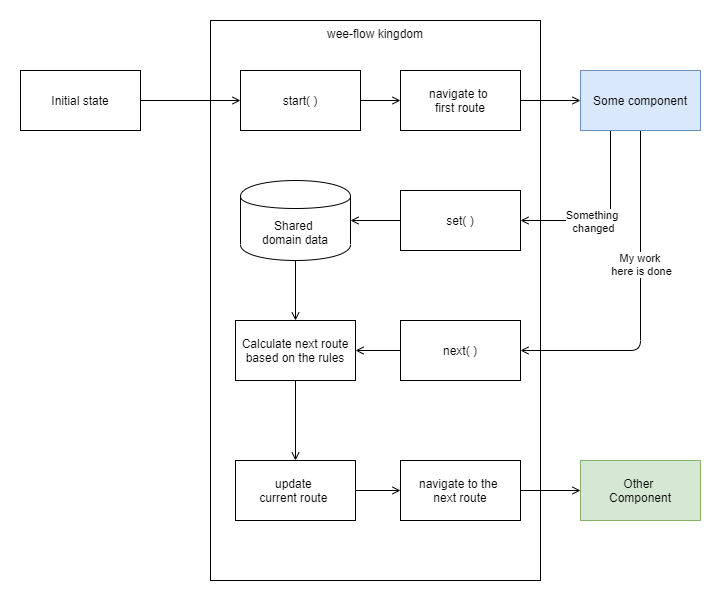
This is images/main-flow.png from hamilton-lima/wee-flow, a draw.io export, as it was before one commit. Source tidied: cells renumbered, new cells last; positions are measured from the earlier drawing's top-left corner, leaving out a move shared by most shapes. The source it was exported from:
```xml
<mxGraphModel>
  <root>
    <mxCell id="0" />
    <mxCell id="1" parent="0" />
    <mxCell id="2" value="wee-flow kingdom" style="rounded=0;whiteSpace=wrap;html=1;verticalAlign=top;" parent="1" vertex="1">
      <mxGeometry x="190" width="330" height="560" as="geometry" />
    </mxCell>
    <mxCell id="3" style="edgeStyle=orthogonalEdgeStyle;rounded=1;jettySize=auto;html=1;endArrow=open;endFill=0;" parent="1" edge="1" source="4" target="6">
      <mxGeometry relative="1" as="geometry" />
    </mxCell>
    <mxCell id="4" value="Initial state" style="rounded=0;whiteSpace=wrap;html=1;" parent="1" vertex="1">
      <mxGeometry y="50" width="120" height="60" as="geometry" />
    </mxCell>
    <mxCell id="5" style="edgeStyle=orthogonalEdgeStyle;rounded=1;jettySize=auto;html=1;endArrow=open;endFill=0;" parent="1" edge="1" source="6" target="8">
      <mxGeometry relative="1" as="geometry" />
    </mxCell>
    <mxCell id="6" value="start( )" style="rounded=0;whiteSpace=wrap;html=1;" parent="1" vertex="1">
      <mxGeometry x="220" y="50" width="120" height="60" as="geometry" />
    </mxCell>
    <mxCell id="7" style="edgeStyle=orthogonalEdgeStyle;rounded=1;jettySize=auto;html=1;endArrow=open;endFill=0;" parent="1" edge="1" source="8" target="13">
      <mxGeometry relative="1" as="geometry" />
    </mxCell>
    <mxCell id="8" value="navigate to &lt;br&gt;first route" style="rounded=0;whiteSpace=wrap;html=1;" parent="1" vertex="1">
      <mxGeometry x="380" y="50" width="120" height="60" as="geometry" />
    </mxCell>
    <mxCell id="9" style="edgeStyle=orthogonalEdgeStyle;rounded=1;jettySize=auto;html=1;endArrow=open;endFill=0;" parent="1" edge="1" source="13" target="15">
      <mxGeometry relative="1" as="geometry">
        <Array as="points">
          <mxPoint x="620" y="330" />
        </Array>
      </mxGeometry>
    </mxCell>
    <mxCell id="10" value="My work &lt;br&gt;here is done" style="edgeLabel;html=1;align=center;verticalAlign=middle;" parent="9" vertex="1">
      <mxGeometry x="-0.22" y="1" relative="1" as="geometry" />
    </mxCell>
    <mxCell id="11" style="edgeStyle=orthogonalEdgeStyle;rounded=1;jettySize=auto;html=1;exitX=0.25;exitY=1;exitDx=0;exitDy=0;entryX=1;entryY=0.5;entryDx=0;entryDy=0;endArrow=open;endFill=0;" parent="1" edge="1" source="13" target="23">
      <mxGeometry relative="1" as="geometry" />
    </mxCell>
    <mxCell id="12" value="Something &lt;br&gt;changed" style="edgeLabel;html=1;align=center;verticalAlign=middle;" parent="11" vertex="1">
      <mxGeometry y="-17" relative="1" as="geometry">
        <mxPoint x="-17" y="18" as="offset" />
      </mxGeometry>
    </mxCell>
    <mxCell id="13" value="Some component" style="rounded=0;whiteSpace=wrap;html=1;fillColor=#dae8fc;strokeColor=#6c8ebf;" parent="1" vertex="1">
      <mxGeometry x="560" y="50" width="120" height="60" as="geometry" />
    </mxCell>
    <mxCell id="14" style="edgeStyle=orthogonalEdgeStyle;rounded=1;jettySize=auto;html=1;endArrow=open;endFill=0;" parent="1" edge="1" source="15" target="17">
      <mxGeometry relative="1" as="geometry" />
    </mxCell>
    <mxCell id="15" value="next( )" style="rounded=0;whiteSpace=wrap;html=1;" parent="1" vertex="1">
      <mxGeometry x="380" y="300" width="120" height="60" as="geometry" />
    </mxCell>
    <mxCell id="16" style="edgeStyle=orthogonalEdgeStyle;rounded=1;jettySize=auto;html=1;endArrow=open;endFill=0;" parent="1" edge="1" source="17" target="19">
      <mxGeometry relative="1" as="geometry" />
    </mxCell>
    <mxCell id="17" value="Calculate next route based on the rules" style="rounded=0;whiteSpace=wrap;html=1;" parent="1" vertex="1">
      <mxGeometry x="215" y="300" width="120" height="60" as="geometry" />
    </mxCell>
    <mxCell id="18" style="edgeStyle=orthogonalEdgeStyle;rounded=1;jettySize=auto;html=1;endArrow=open;endFill=0;" parent="1" edge="1" source="19" target="21">
      <mxGeometry relative="1" as="geometry" />
    </mxCell>
    <mxCell id="19" value="update &lt;br&gt;current route&amp;nbsp;" style="rounded=0;whiteSpace=wrap;html=1;" parent="1" vertex="1">
      <mxGeometry x="215" y="440" width="120" height="60" as="geometry" />
    </mxCell>
    <mxCell id="20" style="edgeStyle=orthogonalEdgeStyle;rounded=1;jettySize=auto;html=1;exitX=1;exitY=0.5;exitDx=0;exitDy=0;entryX=0;entryY=0.5;entryDx=0;entryDy=0;endArrow=open;endFill=0;" parent="1" edge="1" source="21" target="26">
      <mxGeometry relative="1" as="geometry" />
    </mxCell>
    <mxCell id="21" value="navigate to the &lt;br&gt;next route" style="rounded=0;whiteSpace=wrap;html=1;" parent="1" vertex="1">
      <mxGeometry x="380" y="440" width="120" height="60" as="geometry" />
    </mxCell>
    <mxCell id="22" style="edgeStyle=orthogonalEdgeStyle;rounded=1;jettySize=auto;html=1;endArrow=open;endFill=0;" parent="1" edge="1" source="23" target="25">
      <mxGeometry relative="1" as="geometry" />
    </mxCell>
    <mxCell id="23" value="set( )" style="rounded=0;whiteSpace=wrap;html=1;" parent="1" vertex="1">
      <mxGeometry x="380" y="170" width="120" height="60" as="geometry" />
    </mxCell>
    <mxCell id="24" style="edgeStyle=orthogonalEdgeStyle;rounded=1;jettySize=auto;html=1;endArrow=open;endFill=0;" parent="1" edge="1" source="25" target="17">
      <mxGeometry relative="1" as="geometry" />
    </mxCell>
    <mxCell id="25" value="Shared &lt;br&gt;domain data" style="shape=cylinder;whiteSpace=wrap;html=1;boundedLbl=1;backgroundOutline=1;" parent="1" vertex="1">
      <mxGeometry x="220" y="160" width="110" height="80" as="geometry" />
    </mxCell>
    <mxCell id="26" value="Other &lt;br&gt;Component" style="rounded=0;whiteSpace=wrap;html=1;fillColor=#d5e8d4;strokeColor=#82b366;" parent="1" vertex="1">
      <mxGeometry x="560" y="440" width="120" height="60" as="geometry" />
    </mxCell>
  </root>
</mxGraphModel>
```
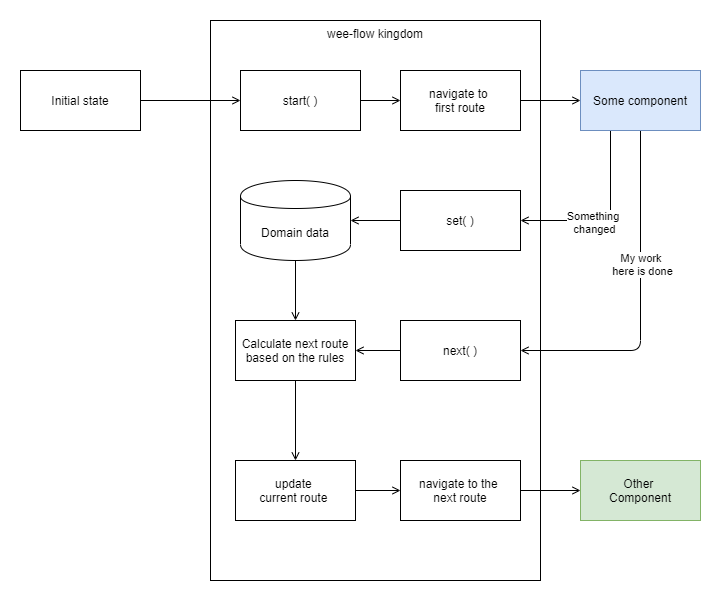
Later version of the same file.

What changed in the source:
```diff
@@ -77,7 +77,7 @@
     <mxCell id="24" style="edgeStyle=orthogonalEdgeStyle;rounded=1;jettySize=auto;html=1;endArrow=open;endFill=0;" parent="1" edge="1" source="25" target="17">
       <mxGeometry relative="1" as="geometry" />
     </mxCell>
-    <mxCell id="25" value="Shared &lt;br&gt;domain data" style="shape=cylinder;whiteSpace=wrap;html=1;boundedLbl=1;backgroundOutline=1;" parent="1" vertex="1">
+    <mxCell id="25" value="Domain data" style="shape=cylinder;whiteSpace=wrap;html=1;boundedLbl=1;backgroundOutline=1;" parent="1" vertex="1">
       <mxGeometry x="220" y="160" width="110" height="80" as="geometry" />
     </mxCell>
     <mxCell id="26" value="Other &lt;br&gt;Component" style="rounded=0;whiteSpace=wrap;html=1;fillColor=#d5e8d4;strokeColor=#82b366;" parent="1" vertex="1">
```
